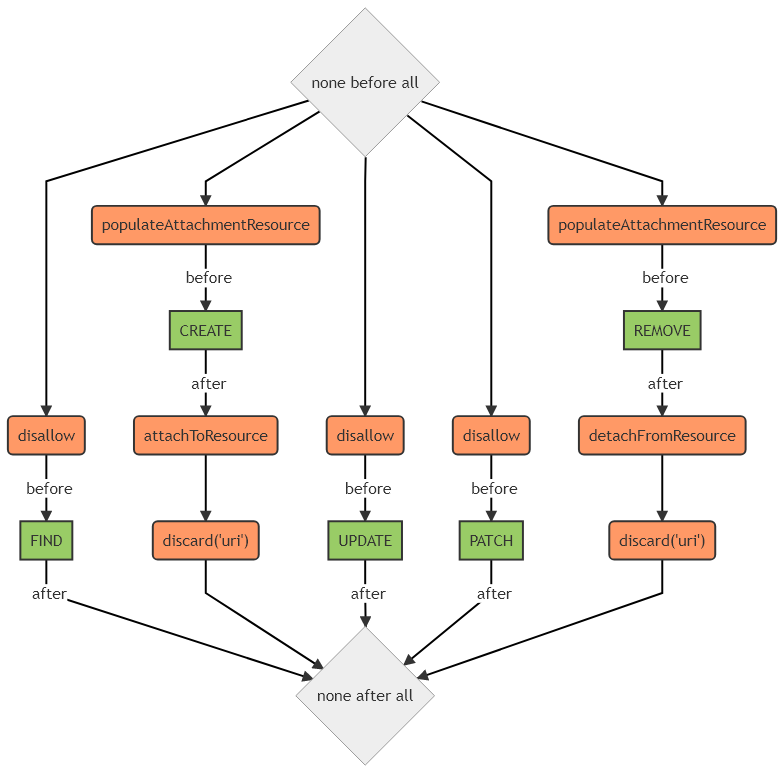
Before: images/Storage Hooks Diagram.png, a diagram exported from Mermaid (kalisio/kdk). Its source is kept beside it as diagrams/Storage Hooks Diagram.mmd.
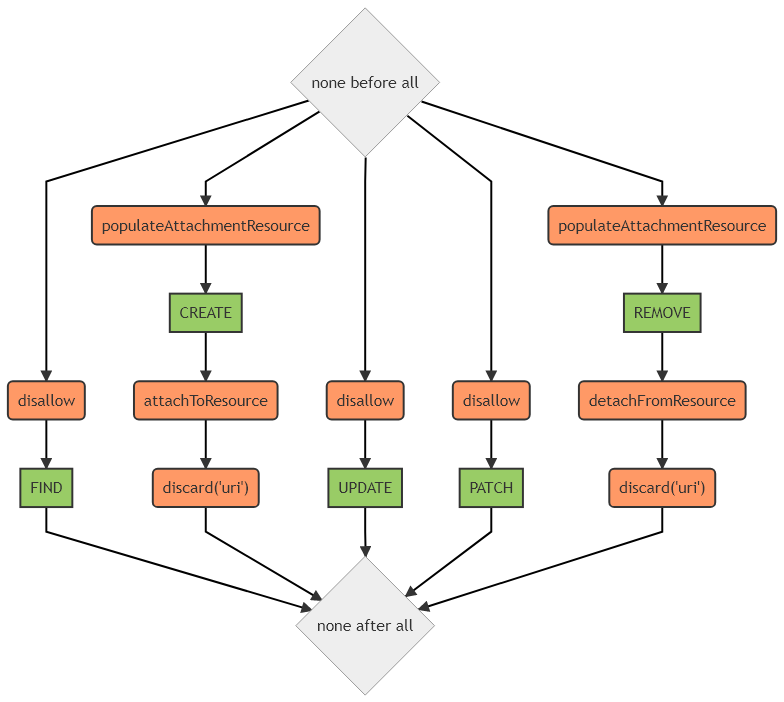
Above is the later version.

Commit message:
Improved hooks diagrams

The edit, as a diff of the source:
```diff
@@ -4,26 +4,26 @@
     after{none after all}
 
     before --> hook1(disallow)
-    hook1 -->|before| FIND[FIND]
-    FIND -->|after| after
+    hook1 --> FIND[FIND]
+    FIND --> after
 
     before --> hook2(populateAttachmentResource)
-    hook2 -->|before| CREATE[CREATE]
-    CREATE -->|after| hook3(attachToResource)
+    hook2 --> CREATE[CREATE]
+    CREATE --> hook3(attachToResource)
     hook3 --> hook4("discard('uri')")
     hook4 --> after
 
     before --> hook5(disallow)
-    hook5 -->|before| UPDATE[UPDATE]
-    UPDATE -->|after| after
+    hook5 --> UPDATE[UPDATE]
+    UPDATE --> after
 
     before --> hook6(disallow)
-    hook6 -->|before| PATCH[PATCH]
-    PATCH -->|after| after
+    hook6 --> PATCH[PATCH]
+    PATCH --> after
 
     before --> hook7(populateAttachmentResource)
-    hook7 -->|before| REMOVE[REMOVE]
-    REMOVE -->|after| hook8(detachFromResource)
+    hook7 --> REMOVE[REMOVE]
+    REMOVE --> hook8(detachFromResource)
     hook8 --> hook9("discard('uri')")
     hook9 --> after
 
```
